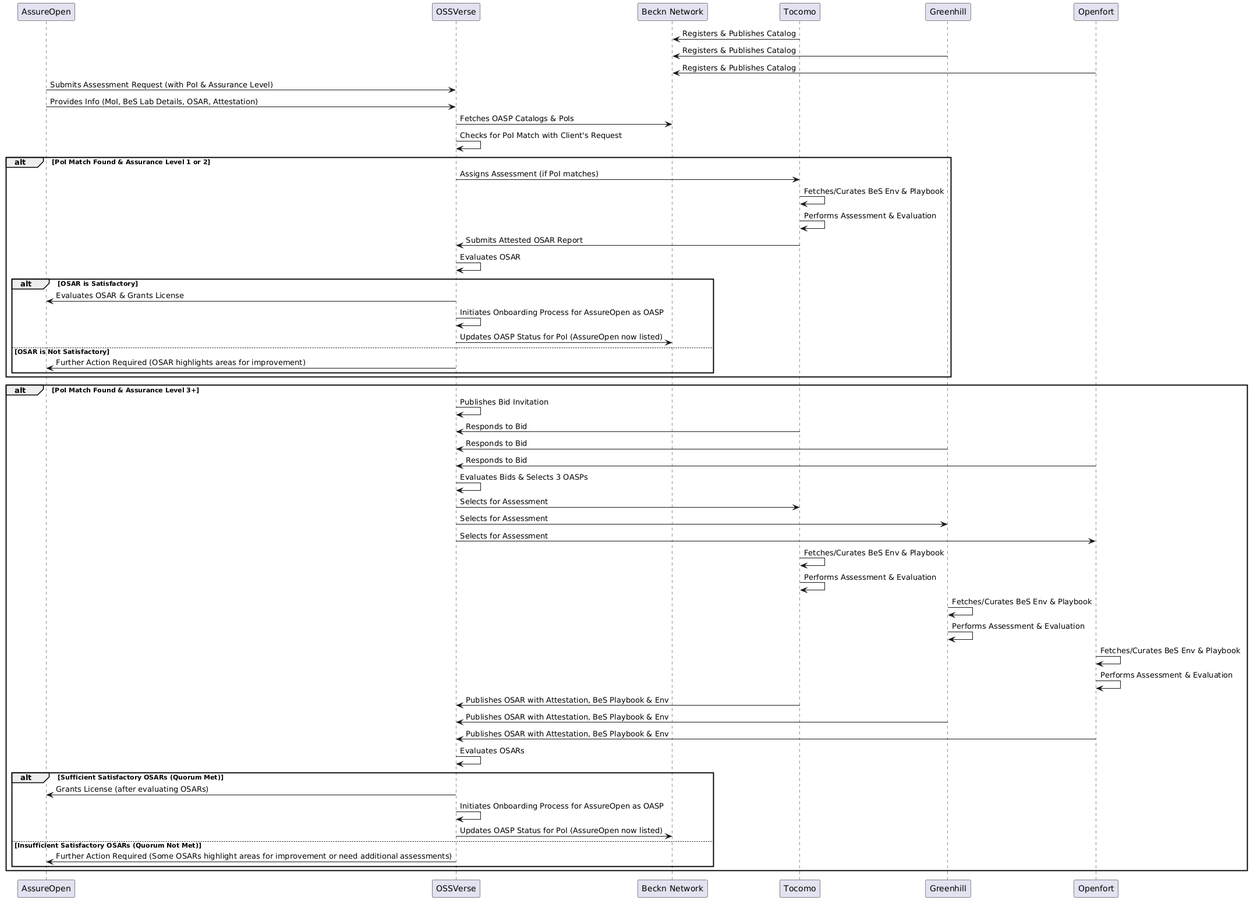
OSSVerse/OSSVerse keeps this PlantUML diagram as docs/images/new-oasp-license-issuance-sequence.png. Above is the earlier version.
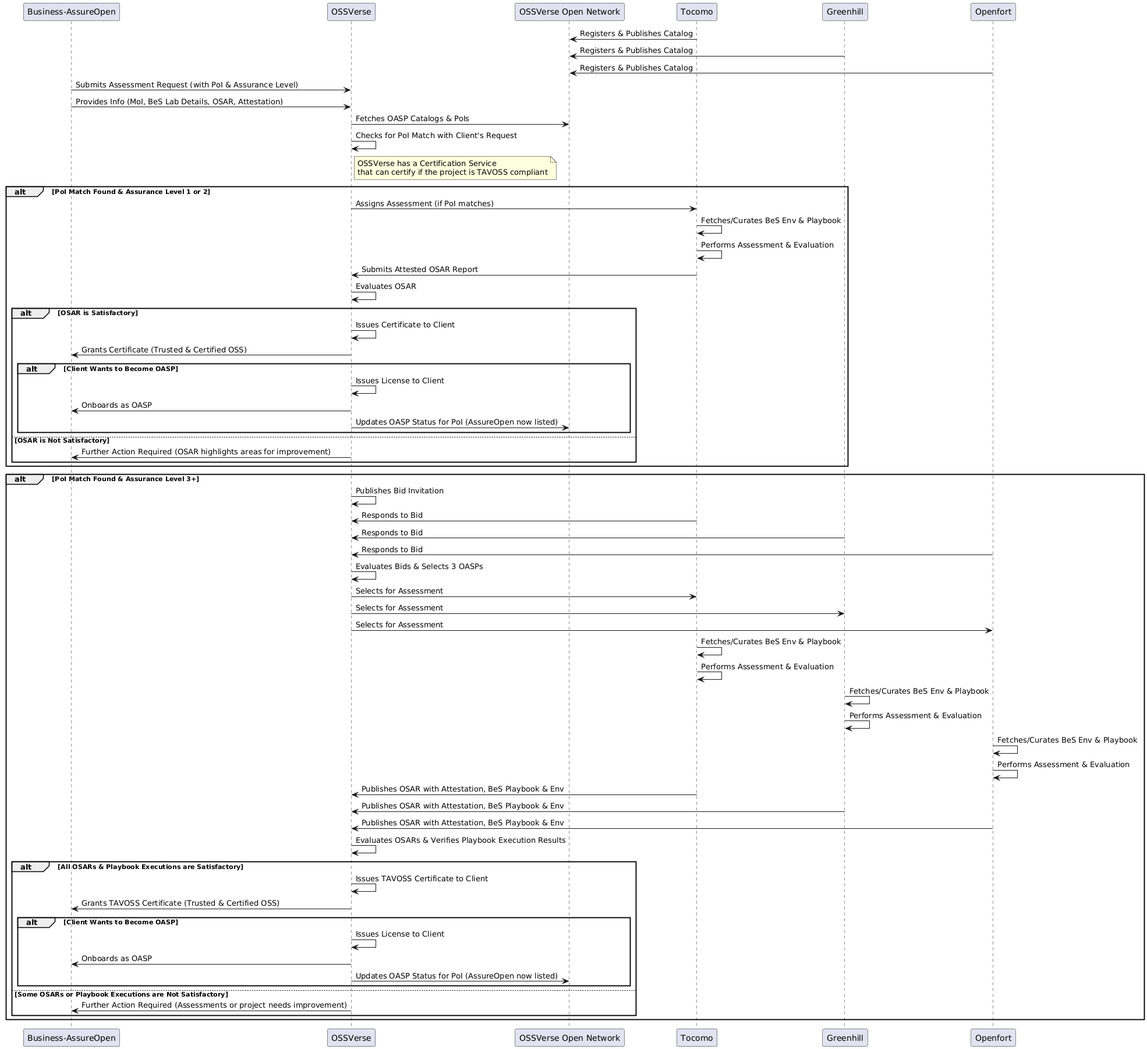
After the commit.

Commit message:
updated  License issuance  seq diag and puml based on the review comments

The edit, as a diff of the source:
```diff
@@ -1,7 +1,7 @@
 @startuml
-participant "AssureOpen" as Client
+participant "Business-AssureOpen" as Client
 participant OSSVerse
-participant "Beckn Network" as Beckn
+participant "OSSVerse Open Network" as Beckn
 participant Tocomo
 participant Greenhill
 participant Openfort
@@ -15,6 +15,8 @@
 OSSVerse -> Beckn: Fetches OASP Catalogs & PoIs
 OSSVerse -> OSSVerse: Checks for PoI Match with Client's Request
 
+note right of OSSVerse: OSSVerse has a Certification Service\nthat can certify if the project is TAVOSS compliant
+
 alt PoI Match Found & Assurance Level 1 or 2
     OSSVerse -> Tocomo: Assigns Assessment (if PoI matches)
     Tocomo -> Tocomo: Fetches/Curates BeS Env & Playbook
@@ -22,9 +24,13 @@
     Tocomo -> OSSVerse: Submits Attested OSAR Report
     OSSVerse -> OSSVerse: Evaluates OSAR
     alt OSAR is Satisfactory
-        OSSVerse -> Client: Evaluates OSAR & Grants License
-        OSSVerse -> OSSVerse: Initiates Onboarding Process for AssureOpen as OASP
-        OSSVerse -> Beckn: Updates OASP Status for PoI (AssureOpen now listed)
+        OSSVerse -> OSSVerse: Issues Certificate to Client
+        OSSVerse -> Client: Grants Certificate (Trusted & Certified OSS)
+        alt Client Wants to Become OASP
+            OSSVerse -> OSSVerse: Issues License to Client
+            OSSVerse -> Client: Onboards as OASP
+            OSSVerse -> Beckn: Updates OASP Status for PoI (AssureOpen now listed)
+        end
     else OSAR is Not Satisfactory
         OSSVerse -> Client: Further Action Required (OSAR highlights areas for improvement)
     end
@@ -48,14 +54,17 @@
     Tocomo -> OSSVerse: Publishes OSAR with Attestation, BeS Playbook & Env
     Greenhill -> OSSVerse: Publishes OSAR with Attestation, BeS Playbook & Env
     Openfort -> OSSVerse: Publishes OSAR with Attestation, BeS Playbook & Env
-    OSSVerse -> OSSVerse: Evaluates OSARs
-
-    alt Sufficient Satisfactory OSARs (Quorum Met)
-        OSSVerse -> Client: Grants License (after evaluating OSARs)
-        OSSVerse -> OSSVerse: Initiates Onboarding Process for AssureOpen as OASP
-        OSSVerse -> Beckn: Updates OASP Status for PoI (AssureOpen now listed)
-    else Insufficient Satisfactory OSARs (Quorum Not Met)
-        OSSVerse -> Client: Further Action Required (Some OSARs highlight areas for improvement or need additional assessments)
+    OSSVerse -> OSSVerse: Evaluates OSARs & Verifies Playbook Execution Results
+    alt All OSARs & Playbook Executions are Satisfactory
+        OSSVerse -> OSSVerse: Issues TAVOSS Certificate to Client
+        OSSVerse -> Client: Grants TAVOSS Certificate (Trusted & Certified OSS)
+        alt Client Wants to Become OASP
+            OSSVerse -> OSSVerse: Issues License to Client
+            OSSVerse -> Client: Onboards as OASP
+            OSSVerse -> Beckn: Updates OASP Status for PoI (AssureOpen now listed)
+        end
+    else Some OSARs or Playbook Executions are Not Satisfactory
+        OSSVerse -> Client: Further Action Required (Assessments or project needs improvement)
     end
 end
 @enduml
```
